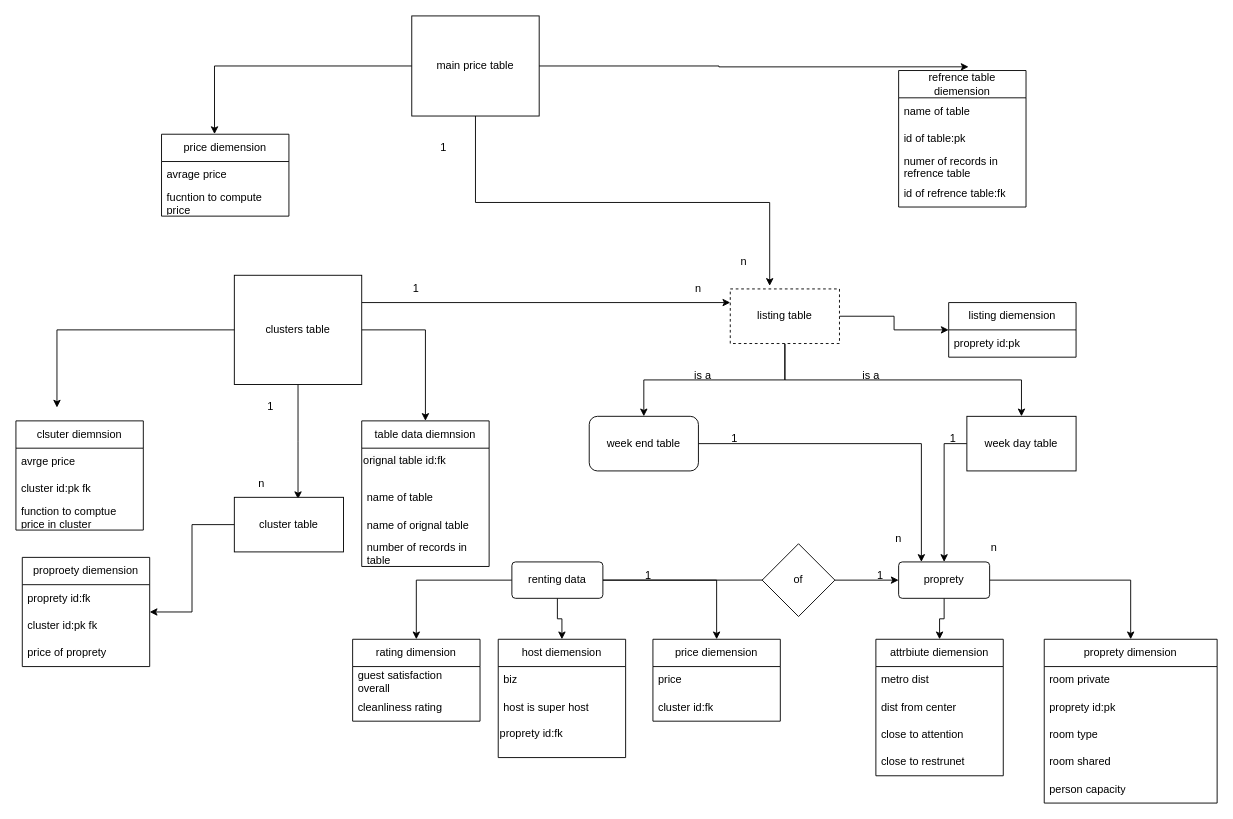
amitgrum8/hatel300 keeps this draw.io diagram as docs/erd_de.drawio. Above is the earlier version. Source tidied: cells renumbered, new cells numbered last; positions are measured from the earlier drawing's top-left corner, leaving out a move shared by most shapes. Both pictures are drawn from the tidied source at 91%, with x=0, y=0 at pixel (15, 15).
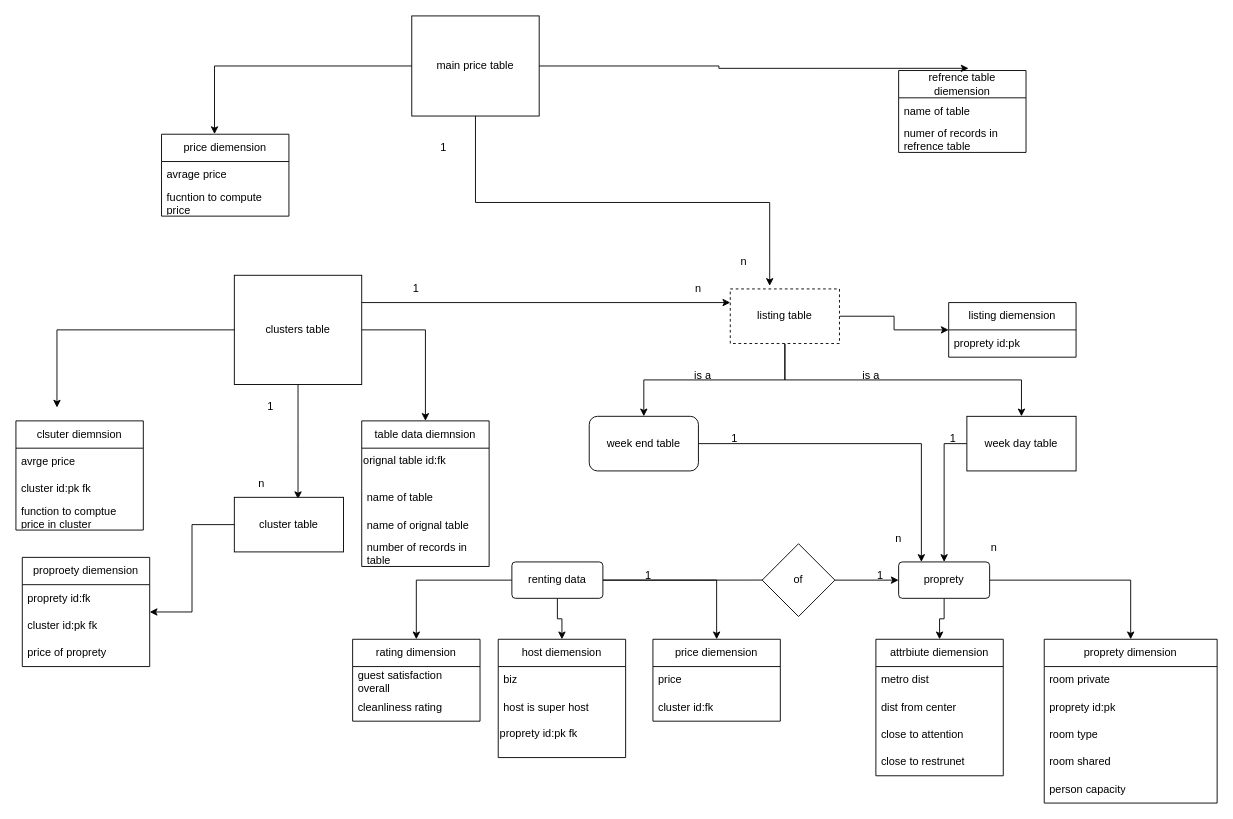
Above is the later version.

The change refers to these unchanged cells:
```xml
<mxCell id="24" value="host diemension" style="swimlane;fontStyle=0;horizontal=1;startSize=30;whiteSpace=wrap;html=1;" parent="1" vertex="1">
  <mxGeometry x="530" y="685" width="140" height="130" as="geometry" />
</mxCell>
```

Diff of the diagram source:
```diff
@@
-    <mxCell id="27" value="proprety id:fk" style="text;whiteSpace=wrap;html=1;" parent="24" vertex="1">
+    <mxCell id="27" value="proprety id:pk fk" style="text;whiteSpace=wrap;html=1;" parent="24" vertex="1">
       <mxGeometry y="90" width="140" height="40" as="geometry" />
     </mxCell>
@@
     <mxCell id="74" value="refrence table diemension" style="swimlane;fontStyle=0;horizontal=1;startSize=30;whiteSpace=wrap;html=1;" parent="1" vertex="1">
-      <mxGeometry x="970" y="60" width="140" height="150" as="geometry" />
+      <mxGeometry x="970" y="60" width="140" height="90" as="geometry" />
     </mxCell>
@@
-    <mxCell id="76" value="id of table:pk" style="text;strokeColor=none;fillColor=none;align=left;verticalAlign=middle;spacingLeft=4;spacingRight=4;overflow=hidden;whiteSpace=wrap;html=1;" parent="74" vertex="1">
-      <mxGeometry y="60" width="140" height="30" as="geometry" />
-    </mxCell>
     <mxCell id="77" value="numer of records in refrence table" style="text;strokeColor=none;fillColor=none;align=left;verticalAlign=middle;spacingLeft=4;spacingRight=4;overflow=hidden;whiteSpace=wrap;html=1;" parent="74" vertex="1">
-      <mxGeometry y="90" width="140" height="30" as="geometry" />
+      <mxGeometry y="60" width="140" height="30" as="geometry" />
     </mxCell>
-    <mxCell id="78" value="id of refrence table:fk" style="text;strokeColor=none;fillColor=none;align=left;verticalAlign=middle;spacingLeft=4;spacingRight=4;overflow=hidden;whiteSpace=wrap;html=1;" parent="74" vertex="1">
-      <mxGeometry y="120" width="140" height="30" as="geometry" />
-    </mxCell>
```
